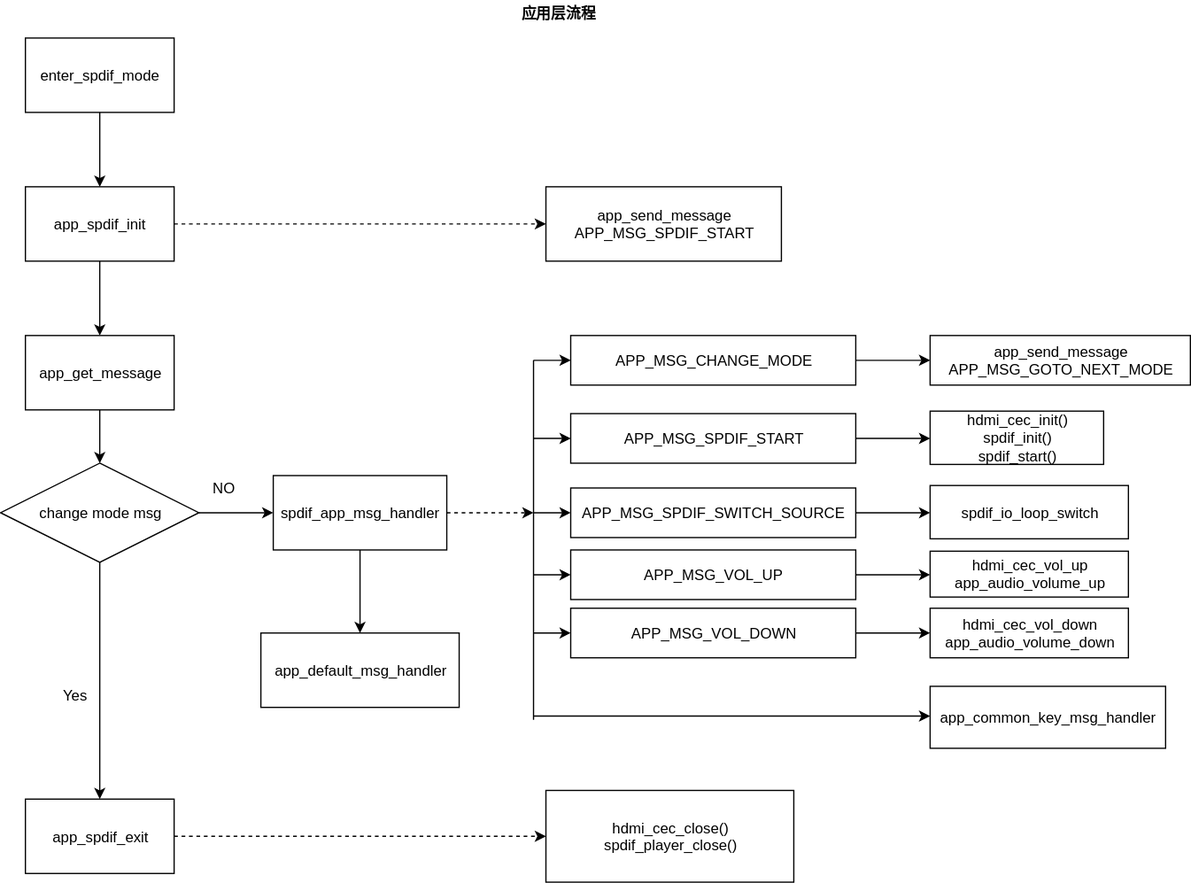
Earlier version of the draw.io export cache/V1.0.0/docs/html/_images/1679121601232.drawio1.svg (msr002/fw-AC792_SDK). Source tidied: cells renumbered, new cells last; positions are measured from the earlier drawing's top-left corner, leaving out a move shared by most shapes.
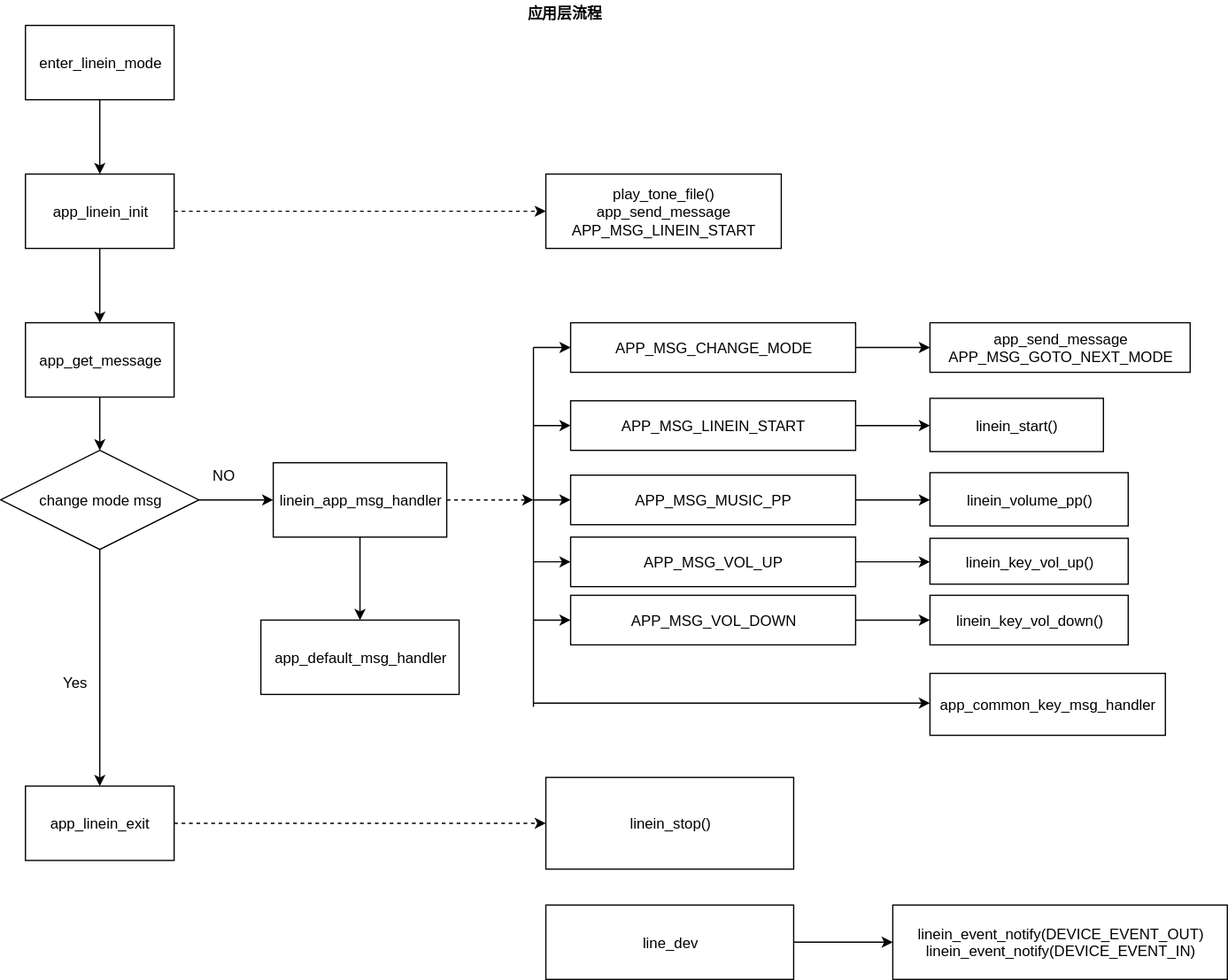
Later version of the same file.

Diff of the diagram source:
```diff
@@ -3,156 +3,167 @@
     <mxCell id="0" />
     <mxCell id="1" parent="0" />
     <mxCell id="2" value="&lt;b&gt;应用层流程&lt;/b&gt;" style="text;html=1;strokeColor=none;fillColor=none;align=center;verticalAlign=middle;whiteSpace=wrap;rounded=0;dashed=1;" parent="1" vertex="1">
-      <mxGeometry x="270" width="360" height="20" as="geometry" />
+      <mxGeometry x="320" width="190" height="20" as="geometry" />
     </mxCell>
-    <mxCell id="3" style="edgeStyle=orthogonalEdgeStyle;rounded=0;jettySize=auto;html=1;" parent="1" edge="1" source="5" target="8">
-      <mxGeometry relative="1" as="geometry" />
-    </mxCell>
-    <mxCell id="4" style="edgeStyle=orthogonalEdgeStyle;rounded=0;jettySize=auto;html=1;dashed=1;" parent="1" edge="1" source="5" target="6">
-      <mxGeometry relative="1" as="geometry" />
-    </mxCell>
-    <mxCell id="5" value="&lt;span style=&quot;white-space: normal&quot;&gt;app_spdif_init&lt;/span&gt;" style="rounded=0;whiteSpace=wrap;html=1;" parent="1" vertex="1">
-      <mxGeometry x="20" y="150" width="120" height="60" as="geometry" />
-    </mxCell>
-    <mxCell id="6" value="app_send_message&lt;br&gt;APP_MSG_SPDIF_START" style="rounded=0;whiteSpace=wrap;html=1;" parent="1" vertex="1">
-      <mxGeometry x="440" y="150" width="190" height="60" as="geometry" />
-    </mxCell>
-    <mxCell id="7" style="edgeStyle=orthogonalEdgeStyle;rounded=0;jettySize=auto;html=1;" parent="1" edge="1" source="8" target="19">
-      <mxGeometry relative="1" as="geometry" />
-    </mxCell>
+    <mxCell id="46" style="edgeStyle=orthogonalEdgeStyle;rounded=0;jettySize=auto;html=1;" parent="1" edge="1" source="11" target="47">
+      <mxGeometry relative="1" as="geometry" />
+    </mxCell>
-    <mxCell id="8" value="app_get_message" style="rounded=0;whiteSpace=wrap;html=1;" parent="1" vertex="1">
-      <mxGeometry x="20" y="270" width="120" height="60" as="geometry" />
+    <mxCell id="8" style="edgeStyle=orthogonalEdgeStyle;rounded=0;jettySize=auto;html=1;dashed=1;" parent="1" edge="1" source="11" target="13">
+      <mxGeometry relative="1" as="geometry" />
     </mxCell>
-    <mxCell id="9" style="edgeStyle=orthogonalEdgeStyle;rounded=0;jettySize=auto;html=1;" parent="1" edge="1" source="11" target="14">
-      <mxGeometry relative="1" as="geometry" />
-    </mxCell>
-    <mxCell id="10" style="edgeStyle=orthogonalEdgeStyle;rounded=0;jettySize=auto;html=1;dashed=1;" parent="1" edge="1" source="11">
-      <mxGeometry relative="1" as="geometry">
-        <mxPoint x="430" y="413" as="targetPoint" />
-      </mxGeometry>
-    </mxCell>
-    <mxCell id="11" value="spdif_app_msg_handler" style="rounded=0;whiteSpace=wrap;html=1;" parent="1" vertex="1">
-      <mxGeometry x="220" y="383" width="140" height="60" as="geometry" />
+    <mxCell id="11" value="&lt;span style=&quot;white-space: normal&quot;&gt;app_linein_init&lt;/span&gt;" style="rounded=0;whiteSpace=wrap;html=1;" parent="1" vertex="1">
+      <mxGeometry x="-20" y="140" width="120" height="60" as="geometry" />
     </mxCell>
-    <mxCell id="12" style="edgeStyle=orthogonalEdgeStyle;rounded=0;jettySize=auto;html=1;dashed=1;entryX=0;entryY=0.5;entryDx=0;entryDy=0;" parent="1" edge="1" source="13" target="45">
-      <mxGeometry relative="1" as="geometry" />
-    </mxCell>
-    <mxCell id="13" value="app_spdif_exit" style="rounded=0;whiteSpace=wrap;html=1;" parent="1" vertex="1">
-      <mxGeometry x="20" y="644" width="120" height="60" as="geometry" />
+    <mxCell id="13" value="play_tone_file()&lt;br&gt;app_send_message&lt;br&gt;APP_MSG_LINEIN_START" style="rounded=0;whiteSpace=wrap;html=1;" parent="1" vertex="1">
+      <mxGeometry x="400" y="140" width="190" height="60" as="geometry" />
     </mxCell>
-    <mxCell id="14" value="app_default_msg_handler" style="rounded=0;whiteSpace=wrap;html=1;" parent="1" vertex="1">
-      <mxGeometry x="210" y="510" width="160" height="60" as="geometry" />
+    <mxCell id="14" style="edgeStyle=orthogonalEdgeStyle;rounded=0;jettySize=auto;html=1;" parent="1" edge="1" source="47" target="9">
+      <mxGeometry relative="1" as="geometry" />
     </mxCell>
+    <mxCell id="47" value="app_get_message" style="rounded=0;whiteSpace=wrap;html=1;" parent="1" vertex="1">
+      <mxGeometry x="-20" y="260" width="120" height="60" as="geometry" />
+    </mxCell>
+    <mxCell id="16" style="edgeStyle=orthogonalEdgeStyle;rounded=0;jettySize=auto;html=1;" parent="1" edge="1" source="5" target="15">
+      <mxGeometry relative="1" as="geometry" />
+    </mxCell>
+    <mxCell id="48" style="edgeStyle=orthogonalEdgeStyle;rounded=0;jettySize=auto;html=1;dashed=1;" parent="1" edge="1" source="5">
+      <mxGeometry relative="1" as="geometry">
+        <mxPoint x="390" y="403" as="targetPoint" />
+      </mxGeometry>
+    </mxCell>
+    <mxCell id="5" value="linein_app_msg_handler" style="rounded=0;whiteSpace=wrap;html=1;" parent="1" vertex="1">
+      <mxGeometry x="180" y="373" width="140" height="60" as="geometry" />
+    </mxCell>
+    <mxCell id="49" style="edgeStyle=orthogonalEdgeStyle;rounded=0;jettySize=auto;html=1;dashed=1;entryX=0;entryY=0.5;entryDx=0;entryDy=0;" parent="1" edge="1" source="50" target="24">
+      <mxGeometry relative="1" as="geometry" />
+    </mxCell>
+    <mxCell id="50" value="app_linein_exit" style="rounded=0;whiteSpace=wrap;html=1;" parent="1" vertex="1">
+      <mxGeometry x="-20" y="634" width="120" height="60" as="geometry" />
+    </mxCell>
-    <mxCell id="15" style="edgeStyle=orthogonalEdgeStyle;rounded=0;jettySize=auto;html=1;" parent="1" edge="1" source="16">
-      <mxGeometry relative="1" as="geometry">
-        <mxPoint x="80" y="150" as="targetPoint" />
-      </mxGeometry>
+    <mxCell id="15" value="app_default_msg_handler" style="rounded=0;whiteSpace=wrap;html=1;" parent="1" vertex="1">
+      <mxGeometry x="170" y="500" width="160" height="60" as="geometry" />
     </mxCell>
-    <mxCell id="16" value="enter_spdif_mode" style="rounded=0;whiteSpace=wrap;html=1;" parent="1" vertex="1">
-      <mxGeometry x="20" y="30" width="120" height="60" as="geometry" />
-    </mxCell>
+    <mxCell id="19" style="edgeStyle=orthogonalEdgeStyle;rounded=0;jettySize=auto;html=1;" parent="1" edge="1" source="7">
+      <mxGeometry relative="1" as="geometry">
+        <mxPoint x="40" y="140" as="targetPoint" />
+      </mxGeometry>
+    </mxCell>
+    <mxCell id="7" value="enter_linein_mode" style="rounded=0;whiteSpace=wrap;html=1;" parent="1" vertex="1">
+      <mxGeometry x="-20" y="20" width="120" height="60" as="geometry" />
+    </mxCell>
+    <mxCell id="51" style="edgeStyle=orthogonalEdgeStyle;rounded=0;jettySize=auto;html=1;entryX=0;entryY=0.5;entryDx=0;entryDy=0;" parent="1" edge="1" source="9" target="5">
+      <mxGeometry relative="1" as="geometry" />
+    </mxCell>
-    <mxCell id="17" style="edgeStyle=orthogonalEdgeStyle;rounded=0;jettySize=auto;html=1;entryX=0;entryY=0.5;entryDx=0;entryDy=0;" parent="1" edge="1" source="19" target="11">
+    <mxCell id="17" style="edgeStyle=orthogonalEdgeStyle;rounded=0;jettySize=auto;html=1;entryX=0.5;entryY=0;entryDx=0;entryDy=0;" parent="1" edge="1" source="9" target="50">
       <mxGeometry relative="1" as="geometry" />
     </mxCell>
+    <mxCell id="9" value="change mode msg" style="rhombus;whiteSpace=wrap;html=1;" parent="1" vertex="1">
+      <mxGeometry x="-40" y="363" width="160" height="80" as="geometry" />
+    </mxCell>
+    <mxCell id="52" value="NO" style="text;html=1;strokeColor=none;fillColor=none;align=center;verticalAlign=middle;whiteSpace=wrap;rounded=0;" parent="1" vertex="1">
+      <mxGeometry x="120" y="373" width="40" height="20" as="geometry" />
+    </mxCell>
-    <mxCell id="18" style="edgeStyle=orthogonalEdgeStyle;rounded=0;jettySize=auto;html=1;entryX=0.5;entryY=0;entryDx=0;entryDy=0;" parent="1" edge="1" source="19" target="13">
-      <mxGeometry relative="1" as="geometry" />
+    <mxCell id="18" value="Yes" style="text;html=1;strokeColor=none;fillColor=none;align=center;verticalAlign=middle;whiteSpace=wrap;rounded=0;" parent="1" vertex="1">
+      <mxGeometry y="540" width="40" height="20" as="geometry" />
     </mxCell>
-    <mxCell id="19" value="change mode msg" style="rhombus;whiteSpace=wrap;html=1;" parent="1" vertex="1">
-      <mxGeometry y="373" width="160" height="80" as="geometry" />
-    </mxCell>
+    <mxCell id="53" style="edgeStyle=orthogonalEdgeStyle;rounded=0;jettySize=auto;html=1;" parent="1" edge="1" source="3" target="36">
+      <mxGeometry relative="1" as="geometry" />
+    </mxCell>
+    <mxCell id="3" value="APP_MSG_CHANGE_MODE" style="rounded=0;whiteSpace=wrap;html=1;" parent="1" vertex="1">
+      <mxGeometry x="420" y="260" width="230" height="40" as="geometry" />
+    </mxCell>
-    <mxCell id="20" value="NO" style="text;html=1;strokeColor=none;fillColor=none;align=center;verticalAlign=middle;whiteSpace=wrap;rounded=0;" parent="1" vertex="1">
-      <mxGeometry x="160" y="383" width="40" height="20" as="geometry" />
+    <mxCell id="20" style="edgeStyle=orthogonalEdgeStyle;rounded=0;jettySize=auto;html=1;" parent="1" edge="1" source="21" target="38">
+      <mxGeometry relative="1" as="geometry" />
     </mxCell>
-    <mxCell id="21" value="Yes" style="text;html=1;strokeColor=none;fillColor=none;align=center;verticalAlign=middle;whiteSpace=wrap;rounded=0;" parent="1" vertex="1">
-      <mxGeometry x="40" y="550" width="40" height="20" as="geometry" />
+    <mxCell id="21" value="APP_MSG_MUSIC_PP" style="rounded=0;whiteSpace=wrap;html=1;" parent="1" vertex="1">
+      <mxGeometry x="420" y="383" width="230" height="40" as="geometry" />
     </mxCell>
-    <mxCell id="22" style="edgeStyle=orthogonalEdgeStyle;rounded=0;jettySize=auto;html=1;" parent="1" edge="1" source="23" target="38">
-      <mxGeometry relative="1" as="geometry" />
-    </mxCell>
-    <mxCell id="23" value="APP_MSG_CHANGE_MODE" style="rounded=0;whiteSpace=wrap;html=1;" parent="1" vertex="1">
-      <mxGeometry x="460" y="270" width="230" height="40" as="geometry" />
+    <mxCell id="23" style="edgeStyle=orthogonalEdgeStyle;rounded=0;jettySize=auto;html=1;" parent="1" edge="1" source="54" target="37">
+      <mxGeometry relative="1" as="geometry" />
     </mxCell>
-    <mxCell id="24" style="edgeStyle=orthogonalEdgeStyle;rounded=0;jettySize=auto;html=1;" parent="1" edge="1" source="25" target="40">
-      <mxGeometry relative="1" as="geometry" />
-    </mxCell>
+    <mxCell id="54" value="APP_MSG_LINEIN_START" style="rounded=0;whiteSpace=wrap;html=1;" parent="1" vertex="1">
+      <mxGeometry x="420" y="323" width="230" height="40" as="geometry" />
+    </mxCell>
-    <mxCell id="25" value="APP_MSG_SPDIF_SWITCH_SOURCE" style="rounded=0;whiteSpace=wrap;html=1;" parent="1" vertex="1">
-      <mxGeometry x="460" y="393" width="230" height="40" as="geometry" />
+    <mxCell id="25" style="edgeStyle=orthogonalEdgeStyle;rounded=0;jettySize=auto;html=1;" parent="1" edge="1" source="27" target="22">
+      <mxGeometry relative="1" as="geometry" />
     </mxCell>
-    <mxCell id="26" style="edgeStyle=orthogonalEdgeStyle;rounded=0;jettySize=auto;html=1;" parent="1" edge="1" source="27" target="39">
-      <mxGeometry relative="1" as="geometry" />
-    </mxCell>
-    <mxCell id="27" value="APP_MSG_SPDIF_START" style="rounded=0;whiteSpace=wrap;html=1;" parent="1" vertex="1">
-      <mxGeometry x="460" y="333" width="230" height="40" as="geometry" />
+    <mxCell id="27" value="APP_MSG_VOL_UP" style="rounded=0;whiteSpace=wrap;html=1;" parent="1" vertex="1">
+      <mxGeometry x="420" y="433" width="230" height="40" as="geometry" />
     </mxCell>
-    <mxCell id="28" style="edgeStyle=orthogonalEdgeStyle;rounded=0;jettySize=auto;html=1;" parent="1" edge="1" source="29" target="41">
-      <mxGeometry relative="1" as="geometry" />
-    </mxCell>
-    <mxCell id="29" value="APP_MSG_VOL_UP" style="rounded=0;whiteSpace=wrap;html=1;" parent="1" vertex="1">
-      <mxGeometry x="460" y="443" width="230" height="40" as="geometry" />
+    <mxCell id="29" style="edgeStyle=orthogonalEdgeStyle;rounded=0;jettySize=auto;html=1;" parent="1" edge="1" source="31" target="39">
+      <mxGeometry relative="1" as="geometry" />
     </mxCell>
-    <mxCell id="30" style="edgeStyle=orthogonalEdgeStyle;rounded=0;jettySize=auto;html=1;" parent="1" edge="1" source="31" target="42">
-      <mxGeometry relative="1" as="geometry" />
-    </mxCell>
     <mxCell id="31" value="APP_MSG_VOL_DOWN" style="rounded=0;whiteSpace=wrap;html=1;" parent="1" vertex="1">
-      <mxGeometry x="460" y="490" width="230" height="40" as="geometry" />
+      <mxGeometry x="420" y="480" width="230" height="40" as="geometry" />
     </mxCell>
     <mxCell id="32" style="endArrow=none;html=1;" parent="1" edge="1">
       <mxGeometry relative="1" as="geometry">
-        <mxPoint x="430" y="580" as="sourcePoint" />
-        <mxPoint x="430" y="290" as="targetPoint" />
+        <mxPoint x="390" y="570" as="sourcePoint" />
+        <mxPoint x="390" y="280" as="targetPoint" />
       </mxGeometry>
     </mxCell>
+    <mxCell id="55" style="endArrow=classic;html=1;entryX=0;entryY=0.5;entryDx=0;entryDy=0;" parent="1" edge="1" target="3">
+      <mxGeometry relative="1" as="geometry">
+        <mxPoint x="390" y="280" as="sourcePoint" />
+      </mxGeometry>
+    </mxCell>
+    <mxCell id="10" style="endArrow=classic;html=1;entryX=0;entryY=0.5;entryDx=0;entryDy=0;" parent="1" edge="1" target="54">
+      <mxGeometry relative="1" as="geometry">
+        <mxPoint x="390" y="343" as="sourcePoint" />
+      </mxGeometry>
+    </mxCell>
-    <mxCell id="33" style="endArrow=classic;html=1;entryX=0;entryY=0.5;entryDx=0;entryDy=0;" parent="1" edge="1" target="23">
+    <mxCell id="33" style="endArrow=classic;html=1;entryX=0;entryY=0.5;entryDx=0;entryDy=0;" parent="1" edge="1" target="21">
       <mxGeometry relative="1" as="geometry">
-        <mxPoint x="430" y="290" as="sourcePoint" />
+        <mxPoint x="390" y="403" as="sourcePoint" />
       </mxGeometry>
     </mxCell>
     <mxCell id="34" style="endArrow=classic;html=1;entryX=0;entryY=0.5;entryDx=0;entryDy=0;" parent="1" edge="1" target="27">
       <mxGeometry relative="1" as="geometry">
-        <mxPoint x="430" y="353" as="sourcePoint" />
+        <mxPoint x="390" y="453" as="sourcePoint" />
       </mxGeometry>
     </mxCell>
-    <mxCell id="35" style="endArrow=classic;html=1;entryX=0;entryY=0.5;entryDx=0;entryDy=0;" parent="1" edge="1" target="25">
+    <mxCell id="35" style="endArrow=classic;html=1;entryX=0;entryY=0.5;entryDx=0;entryDy=0;" parent="1" edge="1" target="31">
       <mxGeometry relative="1" as="geometry">
-        <mxPoint x="430" y="413" as="sourcePoint" />
+        <mxPoint x="390" y="500" as="sourcePoint" />
       </mxGeometry>
     </mxCell>
-    <mxCell id="36" style="endArrow=classic;html=1;entryX=0;entryY=0.5;entryDx=0;entryDy=0;" parent="1" edge="1" target="29">
-      <mxGeometry relative="1" as="geometry">
-        <mxPoint x="430" y="463" as="sourcePoint" />
-      </mxGeometry>
+    <mxCell id="36" value="app_send_message&lt;br&gt;APP_MSG_GOTO_NEXT_MODE" style="rounded=0;whiteSpace=wrap;html=1;" parent="1" vertex="1">
+      <mxGeometry x="710" y="260" width="210" height="40" as="geometry" />
     </mxCell>
-    <mxCell id="37" style="endArrow=classic;html=1;entryX=0;entryY=0.5;entryDx=0;entryDy=0;" parent="1" edge="1" target="31">
-      <mxGeometry relative="1" as="geometry">
-        <mxPoint x="430" y="510" as="sourcePoint" />
-      </mxGeometry>
+    <mxCell id="37" value="linein_start()" style="rounded=0;whiteSpace=wrap;html=1;" parent="1" vertex="1">
+      <mxGeometry x="710" y="321" width="140" height="43" as="geometry" />
     </mxCell>
-    <mxCell id="38" value="app_send_message&lt;br&gt;APP_MSG_GOTO_NEXT_MODE" style="rounded=0;whiteSpace=wrap;html=1;" parent="1" vertex="1">
-      <mxGeometry x="750" y="270" width="210" height="40" as="geometry" />
+    <mxCell id="38" value="linein_volume_pp()" style="rounded=0;whiteSpace=wrap;html=1;" parent="1" vertex="1">
+      <mxGeometry x="710" y="381" width="160" height="43" as="geometry" />
     </mxCell>
+    <mxCell id="22" value="linein_key_vol_up()" style="rounded=0;whiteSpace=wrap;html=1;" parent="1" vertex="1">
+      <mxGeometry x="710" y="434" width="160" height="37" as="geometry" />
+    </mxCell>
-    <mxCell id="39" value="hdmi_cec_init()&lt;br&gt;spdif_init()&lt;br&gt;spdif_start()" style="rounded=0;whiteSpace=wrap;html=1;" parent="1" vertex="1">
-      <mxGeometry x="750" y="331" width="140" height="43" as="geometry" />
+    <mxCell id="39" value="linein_key_vol_down()" style="rounded=0;whiteSpace=wrap;html=1;" parent="1" vertex="1">
+      <mxGeometry x="710" y="480" width="160" height="40" as="geometry" />
     </mxCell>
-    <mxCell id="40" value="spdif_io_loop_switch" style="rounded=0;whiteSpace=wrap;html=1;" parent="1" vertex="1">
-      <mxGeometry x="750" y="391" width="160" height="43" as="geometry" />
+    <mxCell id="40" value="app_common_key_msg_handler" style="rounded=0;whiteSpace=wrap;html=1;" parent="1" vertex="1">
+      <mxGeometry x="710" y="543" width="190" height="50" as="geometry" />
     </mxCell>
-    <mxCell id="41" value="hdmi_cec_vol_up&lt;br&gt;app_audio_volume_up" style="rounded=0;whiteSpace=wrap;html=1;" parent="1" vertex="1">
-      <mxGeometry x="750" y="444" width="160" height="37" as="geometry" />
-    </mxCell>
-    <mxCell id="42" value="hdmi_cec_vol_down&lt;br&gt;app_audio_volume_down" style="rounded=0;whiteSpace=wrap;html=1;" parent="1" vertex="1">
-      <mxGeometry x="750" y="490" width="160" height="40" as="geometry" />
-    </mxCell>
-    <mxCell id="43" value="app_common_key_msg_handler" style="rounded=0;whiteSpace=wrap;html=1;" parent="1" vertex="1">
-      <mxGeometry x="750" y="553" width="190" height="50" as="geometry" />
-    </mxCell>
-    <mxCell id="44" style="endArrow=classic;html=1;entryX=0;entryY=0.5;entryDx=0;entryDy=0;" parent="1" edge="1">
-      <mxGeometry relative="1" as="geometry">
-        <mxPoint x="430" y="577" as="sourcePoint" />
-        <mxPoint x="750" y="577" as="targetPoint" />
-      </mxGeometry>
-    </mxCell>
-    <mxCell id="45" value="hdmi_cec_close()&lt;br&gt;spdif_player_close()" style="rounded=0;whiteSpace=wrap;html=1;" parent="1" vertex="1">
-      <mxGeometry x="440" y="637" width="200" height="74" as="geometry" />
-    </mxCell>
+    <mxCell id="26" style="endArrow=classic;html=1;entryX=0;entryY=0.5;entryDx=0;entryDy=0;" parent="1" edge="1">
+      <mxGeometry relative="1" as="geometry">
+        <mxPoint x="390" y="567" as="sourcePoint" />
+        <mxPoint x="710" y="567" as="targetPoint" />
+      </mxGeometry>
+    </mxCell>
+    <mxCell id="24" value="linein_stop()" style="rounded=0;whiteSpace=wrap;html=1;" parent="1" vertex="1">
+      <mxGeometry x="400" y="627" width="200" height="74" as="geometry" />
+    </mxCell>
+    <mxCell id="6" style="edgeStyle=orthogonalEdgeStyle;rounded=0;jettySize=auto;html=1;" parent="1" edge="1" source="28">
+      <mxGeometry relative="1" as="geometry">
+        <mxPoint x="680" y="760" as="targetPoint" />
+      </mxGeometry>
+    </mxCell>
+    <mxCell id="28" value="line_dev" style="rounded=0;whiteSpace=wrap;html=1;" parent="1" vertex="1">
+      <mxGeometry x="400" y="730" width="200" height="60" as="geometry" />
+    </mxCell>
+    <mxCell id="30" value="linein_event_notify(DEVICE_EVENT_OUT)&lt;br&gt;linein_event_notify(DEVICE_EVENT_IN)" style="rounded=0;whiteSpace=wrap;html=1;" parent="1" vertex="1">
+      <mxGeometry x="680" y="730" width="270" height="60" as="geometry" />
+    </mxCell>
   </root>
 </mxGraphModel>
```
